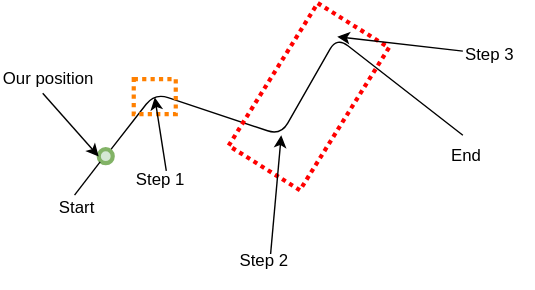
superjojo140/superbike keeps this draw.io diagram as Documentation/Assets/Step by step algorithm.svg. Above is the earlier version. Source tidied: cells renumbered, new cells last; positions are measured from the earlier drawing's top-left corner, leaving out a move shared by most shapes.
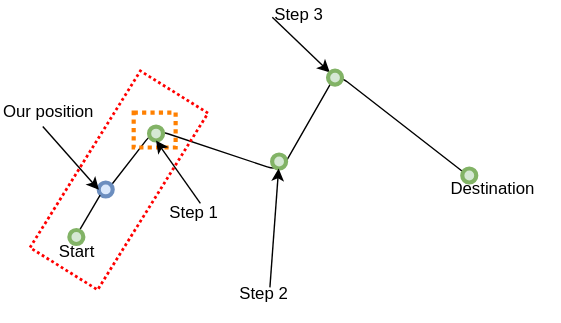
After the change.

Diff of the diagram source:
```diff
@@ -2,65 +2,84 @@
   <root>
     <mxCell id="0" />
     <mxCell id="1" parent="0" />
-    <mxCell id="2" style="endArrow=none;html=1;" parent="1" edge="1" source="13">
+    <mxCell id="2" style="endArrow=none;html=1;" parent="1" edge="1">
       <mxGeometry relative="1" as="geometry">
-        <mxPoint x="330" y="70" as="targetPoint" />
+        <mxPoint x="78.1" y="83.1" as="sourcePoint" />
+        <mxPoint x="330" y="72" as="targetPoint" />
         <Array as="points">
-          <mxPoint x="110" y="40" />
-          <mxPoint x="200" y="70" />
-          <mxPoint x="240" />
+          <mxPoint x="110" y="42" />
+          <mxPoint x="200" y="72" />
+          <mxPoint x="240" y="2" />
         </Array>
       </mxGeometry>
     </mxCell>
     <mxCell id="3" value="Start" style="text;html=1;points=[];align=left;verticalAlign=top;spacingTop=-4;" parent="1" vertex="1">
-      <mxGeometry x="40" y="112" width="40" height="20" as="geometry" />
+      <mxGeometry x="40" y="120" width="40" height="20" as="geometry" />
     </mxCell>
-    <mxCell id="4" value="End" style="text;html=1;align=left;verticalAlign=top;spacingTop=-4;" parent="1" vertex="1">
-      <mxGeometry x="320" y="75" width="40" height="20" as="geometry" />
+    <mxCell id="4" value="Destination" style="text;html=1;align=left;verticalAlign=top;spacingTop=-4;" parent="1" vertex="1">
+      <mxGeometry x="320" y="75" width="80" height="20" as="geometry" />
     </mxCell>
     <mxCell id="5" style="rounded=0;whiteSpace=wrap;html=1;fillColor=none;strokeColor=#FF8000;strokeWidth=3;dashed=1;dashPattern=1 1;" parent="1" vertex="1">
       <mxGeometry x="95" y="30" width="30" height="25" as="geometry" />
     </mxCell>
-    <mxCell id="6" style="rounded=0;whiteSpace=wrap;html=1;dashed=1;dashPattern=1 1;strokeColor=#FF0000;strokeWidth=3;fillColor=none;rotation=-58;" parent="1" vertex="1">
-      <mxGeometry x="160" y="12.5" width="120" height="60" as="geometry" />
+    <mxCell id="6" style="rounded=0;whiteSpace=wrap;html=1;dashed=1;dashPattern=1 1;strokeColor=#FF0000;strokeWidth=2;fillColor=none;rotation=-58;" parent="1" vertex="1">
+      <mxGeometry x="10" y="50" width="149" height="57" as="geometry" />
     </mxCell>
-    <mxCell id="7" style="endArrow=classic;html=1;exitX=0.47;exitY=0.16;exitPerimeter=0;" parent="1" edge="1" source="8">
-      <mxGeometry relative="1" as="geometry">
-        <mxPoint x="110" y="43" as="targetPoint" />
-      </mxGeometry>
+    <mxCell id="7" value="Step 1&lt;br&gt;" style="text;html=1;points=[];align=left;verticalAlign=top;spacingTop=-4;" parent="1" vertex="1">
+      <mxGeometry x="119" y="92" width="50" height="20" as="geometry" />
     </mxCell>
-    <mxCell id="8" value="Step 1&lt;br&gt;" style="text;html=1;points=[];align=left;verticalAlign=top;spacingTop=-4;" parent="1" vertex="1">
-      <mxGeometry x="95" y="92" width="50" height="20" as="geometry" />
+    <mxCell id="8" style="endArrow=classic;html=1;exitX=0.47;exitY=0.16;exitPerimeter=0;" parent="1" edge="1" source="16">
+      <mxGeometry relative="1" as="geometry">
+        <mxPoint x="200" y="70" as="targetPoint" />
+      </mxGeometry>
     </mxCell>
-    <mxCell id="9" style="endArrow=classic;html=1;exitX=0.47;exitY=0.16;exitPerimeter=0;entryX=0.217;entryY=0.46;entryPerimeter=0;" parent="1" edge="1" source="10" target="6">
-      <mxGeometry relative="1" as="geometry" />
+    <mxCell id="9" value="Step 2&lt;br&gt;&lt;br&gt;" style="text;html=1;points=[];align=left;verticalAlign=top;spacingTop=-4;" parent="1" vertex="1">
+      <mxGeometry x="169" y="150" width="50" height="30" as="geometry" />
     </mxCell>
-    <mxCell id="10" value="Step 2&lt;br&gt;&lt;br&gt;" style="text;html=1;points=[];align=left;verticalAlign=top;spacingTop=-4;" parent="1" vertex="1">
-      <mxGeometry x="169" y="150" width="50" height="30" as="geometry" />
+    <mxCell id="10" style="endArrow=classic;html=1;exitX=0.001;exitY=0.581;exitPerimeter=0;entryX=0;entryY=0;" parent="1" edge="1" source="11" target="18">
+      <mxGeometry relative="1" as="geometry" />
     </mxCell>
-    <mxCell id="11" style="endArrow=classic;html=1;entryX=0.889;entryY=0.407;entryPerimeter=0;" parent="1" edge="1" target="6">
-      <mxGeometry relative="1" as="geometry">
-        <mxPoint x="330" y="10" as="sourcePoint" />
-      </mxGeometry>
+    <mxCell id="11" value="Step 3&lt;br&gt;" style="text;html=1;points=[];align=left;verticalAlign=top;spacingTop=-4;" parent="1" vertex="1">
+      <mxGeometry x="194" y="-50" width="50" height="20" as="geometry" />
     </mxCell>
-    <mxCell id="12" value="Step 3&lt;br&gt;" style="text;html=1;points=[];align=left;verticalAlign=top;spacingTop=-4;" parent="1" vertex="1">
-      <mxGeometry x="330" y="2.5" width="50" height="20" as="geometry" />
+    <mxCell id="12" style="ellipse;whiteSpace=wrap;html=1;strokeColor=#6c8ebf;strokeWidth=3;fillColor=#dae8fc;" parent="1" vertex="1">
+      <mxGeometry x="70" y="80" width="10" height="10" as="geometry" />
     </mxCell>
-    <mxCell id="13" style="ellipse;whiteSpace=wrap;html=1;strokeColor=#82b366;strokeWidth=3;fillColor=#d5e8d4;" parent="1" vertex="1">
-      <mxGeometry x="70" y="80" width="10" height="10" as="geometry" />
+    <mxCell id="13" style="endArrow=none;html=1;exitX=0.314;exitY=0.042;exitPerimeter=0;" parent="1" edge="1" source="3">
+      <mxGeometry relative="1" as="geometry">
+        <mxPoint x="71" y="89" as="targetPoint" />
+      </mxGeometry>
     </mxCell>
-    <mxCell id="14" style="endArrow=none;html=1;exitX=0.314;exitY=0.042;exitPerimeter=0;" parent="1" edge="1" source="3">
+    <mxCell id="14" style="endArrow=classic;html=1;entryX=0;entryY=0.5;" parent="1" edge="1" target="12">
       <mxGeometry relative="1" as="geometry">
-        <mxPoint x="71" y="89" as="targetPoint" />
+        <mxPoint x="30" y="40" as="sourcePoint" />
       </mxGeometry>
     </mxCell>
-    <mxCell id="15" style="endArrow=classic;html=1;entryX=0;entryY=0.5;" parent="1" edge="1" target="13">
-      <mxGeometry relative="1" as="geometry">
-        <mxPoint x="30" y="40" as="sourcePoint" />
-      </mxGeometry>
+    <mxCell id="15" value="Our position" style="text;html=1;align=left;verticalAlign=top;spacingTop=-4;" parent="1" vertex="1">
+      <mxGeometry y="20" width="80" height="20" as="geometry" />
     </mxCell>
-    <mxCell id="16" value="Our position" style="text;html=1;points=[];align=left;verticalAlign=top;spacingTop=-4;" parent="1" vertex="1">
-      <mxGeometry y="20" width="80" height="20" as="geometry" />
+    <mxCell id="16" style="ellipse;whiteSpace=wrap;html=1;strokeColor=#82b366;strokeWidth=3;fillColor=#d5e8d4;" parent="1" vertex="1">
+      <mxGeometry x="194" y="60" width="10" height="10" as="geometry" />
     </mxCell>
+    <mxCell id="17" style="endArrow=classic;html=1;exitX=0.47;exitY=0.16;exitPerimeter=0;" parent="1" edge="1" source="9" target="16">
+      <mxGeometry relative="1" as="geometry" />
+    </mxCell>
+    <mxCell id="18" style="ellipse;whiteSpace=wrap;html=1;strokeColor=#82b366;strokeWidth=3;fillColor=#d5e8d4;" parent="1" vertex="1">
+      <mxGeometry x="234" width="10" height="10" as="geometry" />
+    </mxCell>
+    <mxCell id="19" style="ellipse;whiteSpace=wrap;html=1;strokeColor=#82b366;strokeWidth=3;fillColor=#d5e8d4;" parent="1" vertex="1">
+      <mxGeometry x="106" y="40" width="10" height="10" as="geometry" />
+    </mxCell>
+    <mxCell id="20" style="endArrow=classic;html=1;exitX=0.47;exitY=0.16;exitPerimeter=0;" parent="1" edge="1" source="7">
+      <mxGeometry relative="1" as="geometry">
+        <mxPoint x="111" y="50" as="targetPoint" />
+      </mxGeometry>
+    </mxCell>
+    <mxCell id="21" style="ellipse;whiteSpace=wrap;html=1;strokeColor=#82b366;strokeWidth=3;fillColor=#d5e8d4;" parent="1" vertex="1">
+      <mxGeometry x="330" y="70" width="10" height="10" as="geometry" />
+    </mxCell>
+    <mxCell id="22" style="ellipse;whiteSpace=wrap;html=1;strokeColor=#82b366;strokeWidth=3;fillColor=#d5e8d4;" parent="1" vertex="1">
+      <mxGeometry x="49" y="114" width="10" height="10" as="geometry" />
+    </mxCell>
   </root>
 </mxGraphModel>
```
